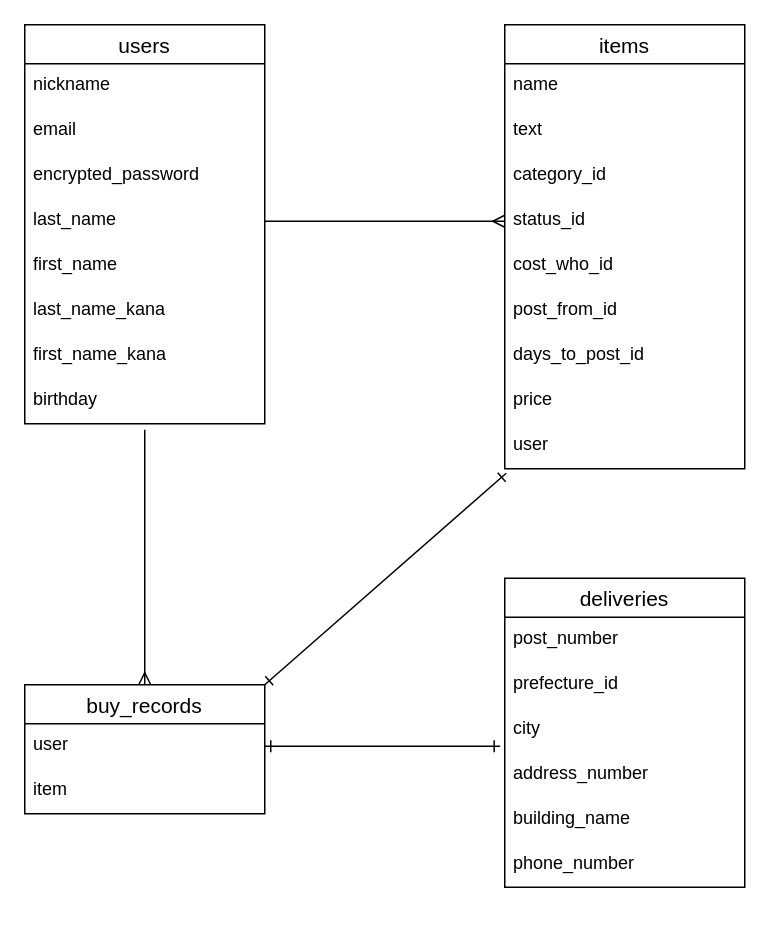
Earlier version of the draw.io diagram furima-35708.dio (yf-steven/furima-35708). Source tidied: cells renumbered, new cells numbered last; positions are measured from the earlier drawing's top-left corner, leaving out a move shared by most shapes. Both pictures are drawn from the tidied source at 150%, with x=0, y=0 at pixel (24, 24).
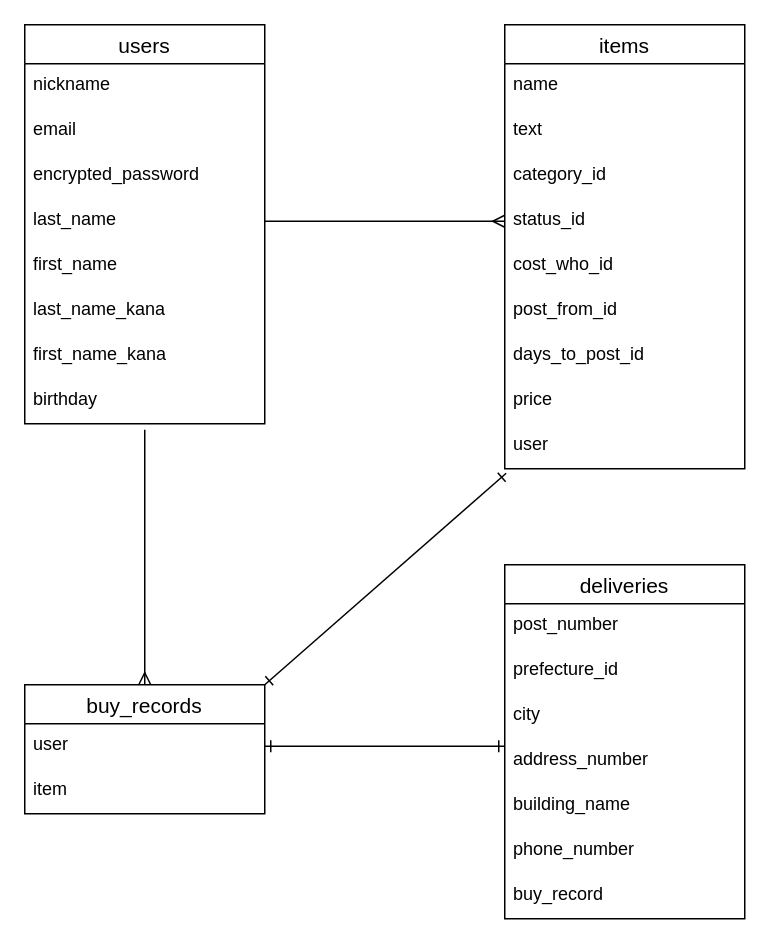
The same diagram, later.

Commit message (it also covers changes not shown here):
ER図、README再々修正

Unchanged cells that the change refers to:
```xml
<mxCell id="15" value="user" style="text;strokeColor=none;fillColor=none;spacingLeft=4;spacingRight=4;overflow=hidden;points=[[0,0.5],[1,0.5]];portConstraint=eastwest;fontSize=12;" parent="14" vertex="1">
  <mxGeometry y="26" width="160" height="30" as="geometry" />
</mxCell>
<mxCell id="20" value="city" style="text;strokeColor=none;fillColor=none;spacingLeft=4;spacingRight=4;overflow=hidden;points=[[0,0.5],[1,0.5]];portConstraint=eastwest;fontSize=12;" parent="17" vertex="1">
  <mxGeometry y="86" width="160" height="30" as="geometry" />
</mxCell>
<mxCell id="21" value="address_number&#10;" style="text;strokeColor=none;fillColor=none;spacingLeft=4;spacingRight=4;overflow=hidden;points=[[0,0.5],[1,0.5]];portConstraint=eastwest;fontSize=12;" parent="17" vertex="1">
  <mxGeometry y="116" width="160" height="30" as="geometry" />
</mxCell>
```

Diff of the diagram source:
```diff
@@
     <mxCell id="17" value="deliveries" style="swimlane;fontStyle=0;horizontal=1;startSize=26;align=center;fontSize=14;" parent="1" vertex="1">
-      <mxGeometry x="320" y="369" width="160" height="206" as="geometry" />
+      <mxGeometry x="320" y="360" width="160" height="236" as="geometry" />
     </mxCell>
@@
+    <mxCell id="35" value="phone_number" style="text;strokeColor=none;fillColor=none;spacingLeft=4;spacingRight=4;overflow=hidden;fontSize=12;" parent="17" vertex="1">
+      <mxGeometry y="176" width="160" height="30" as="geometry" />
+    </mxCell>
-    <mxCell id="23" value="phone_number" style="text;strokeColor=none;fillColor=none;spacingLeft=4;spacingRight=4;overflow=hidden;fontSize=12;" parent="17" vertex="1">
-      <mxGeometry y="176" width="160" height="30" as="geometry" />
+    <mxCell id="23" value="buy_record" style="text;strokeColor=none;fillColor=none;spacingLeft=4;spacingRight=4;overflow=hidden;fontSize=12;" parent="17" vertex="1">
+      <mxGeometry y="206" width="160" height="30" as="geometry" />
     </mxCell>
@@
-    <mxCell id="34" style="edgeStyle=orthogonalEdgeStyle;rounded=0;jettySize=auto;html=1;exitX=1;exitY=0.5;exitDx=0;exitDy=0;entryX=-0.019;entryY=0.867;entryDx=0;entryDy=0;entryPerimeter=0;endArrow=ERone;endFill=0;startArrow=ERone;startFill=0;" parent="1" edge="1" source="15" target="20">
-      <mxGeometry relative="1" as="geometry" />
-    </mxCell>
+    <mxCell id="36" style="edgeStyle=orthogonalEdgeStyle;rounded=0;jettySize=auto;html=1;exitX=1;exitY=0.5;exitDx=0;exitDy=0;entryX=0;entryY=0.167;entryDx=0;entryDy=0;entryPerimeter=0;startArrow=ERone;startFill=0;endArrow=ERone;endFill=0;" parent="1" edge="1" source="15" target="21">
+      <mxGeometry relative="1" as="geometry" />
+    </mxCell>
```
